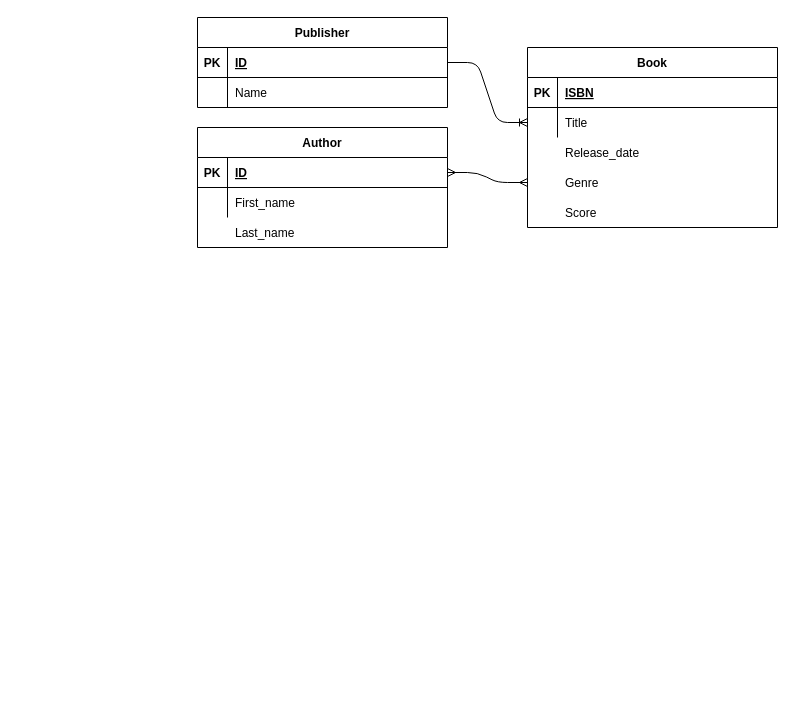
Earlier version of the draw.io diagram docs/ER.drawio (FilipSolich/IIS). Source tidied: cells renumbered, new cells numbered last; positions are measured from the earlier drawing's top-left corner, leaving out a move shared by most shapes. Both pictures are drawn from the tidied source at 100%, with x=0, y=0 at pixel (197, 17).
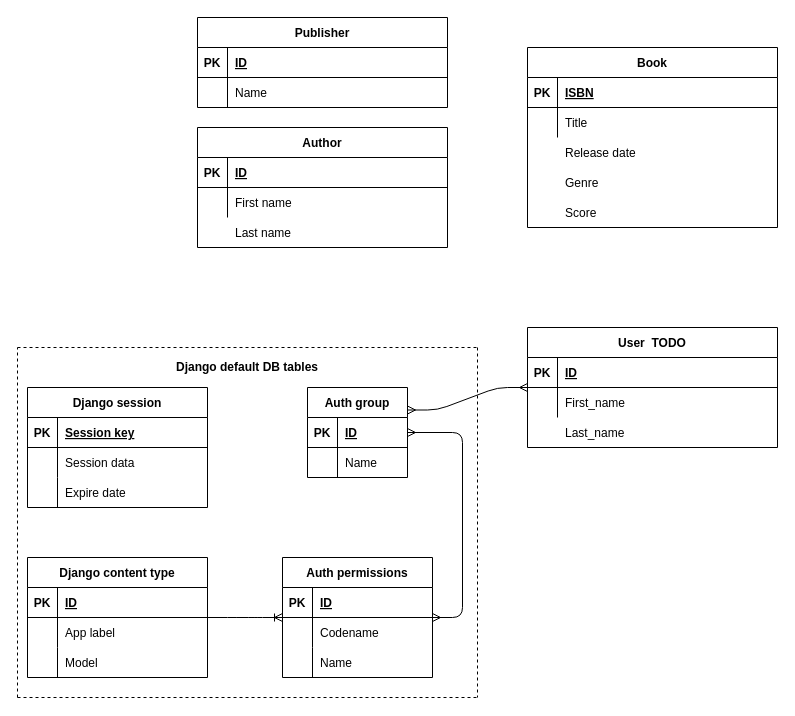
Above is the later version.

Commit message:
Add Django default tables into ER diagram

Unchanged cells that the change refers to:
```xml
<mxCell id="3" style="shape=partialRectangle;fillColor=none;points=[[0,0.5],[1,0.5]];portConstraint=eastwest;top=0;left=0;right=0;bottom=1;" parent="2" vertex="1">
  <mxGeometry y="30" width="250" height="30" as="geometry" />
</mxCell>
<mxCell id="9" style="group;" parent="1" vertex="1">
  <mxGeometry x="330" y="30" width="250" height="180" as="geometry" />
</mxCell>
<mxCell id="10" value="Book" style="shape=table;startSize=30;childLayout=tableLayout;rowLines=0;fontStyle=1;align=center;" parent="9" vertex="1">
  <mxGeometry width="250" height="180" as="geometry" />
</mxCell>
<mxCell id="14" style="shape=partialRectangle;fillColor=none;points=[[0,0.5],[1,0.5]];portConstraint=eastwest;top=0;left=0;right=0;bottom=0;" parent="10" vertex="1">
  <mxGeometry y="60" width="250" height="30" as="geometry" />
</mxCell>
<mxCell id="20" style="group;" parent="1" vertex="1">
  <mxGeometry y="110" width="250" height="120" as="geometry" />
</mxCell>
<mxCell id="22" style="shape=partialRectangle;fillColor=none;points=[[0,0.5],[1,0.5]];portConstraint=eastwest;top=0;left=0;right=0;bottom=1;" parent="21" vertex="1">
  <mxGeometry y="30" width="250" height="30" as="geometry" />
</mxCell>
<mxCell id="25" style="shape=partialRectangle;fillColor=none;top=0;left=0;right=0;bottom=0;" parent="21" vertex="1">
  <mxGeometry y="60" width="250" height="30" as="geometry" />
</mxCell>
```

What changed in the source:
```diff
@@
-    <mxCell id="17" value="Release_date" style="shape=partialRectangle;overflow=hidden;fillColor=none;top=0;left=0;bottom=0;right=0;align=left;spacingLeft=6;" parent="9" vertex="1">
+    <mxCell id="17" value="Release date" style="shape=partialRectangle;overflow=hidden;fillColor=none;top=0;left=0;bottom=0;right=0;align=left;spacingLeft=6;" parent="9" vertex="1">
       <mxGeometry x="30" y="90" width="220" height="30" as="geometry" />
     </mxCell>
@@
-    <mxCell id="27" value="First_name" style="shape=partialRectangle;overflow=hidden;fillColor=none;top=0;left=0;bottom=0;right=0;align=left;spacingLeft=6;" parent="25" vertex="1">
+    <mxCell id="27" value="First name" style="shape=partialRectangle;overflow=hidden;fillColor=none;top=0;left=0;bottom=0;right=0;align=left;spacingLeft=6;" parent="25" vertex="1">
       <mxGeometry x="30" width="220" height="30" as="geometry" />
     </mxCell>
-    <mxCell id="28" value="Last_name" style="shape=partialRectangle;overflow=hidden;fillColor=none;top=0;left=0;bottom=0;right=0;align=left;spacingLeft=6;" parent="20" vertex="1">
+    <mxCell id="28" value="Last name" style="shape=partialRectangle;overflow=hidden;fillColor=none;top=0;left=0;bottom=0;right=0;align=left;spacingLeft=6;" parent="20" vertex="1">
       <mxGeometry x="30" y="90" width="220" height="30" as="geometry" />
     </mxCell>
-    <mxCell id="29" style="edgeStyle=entityRelationEdgeStyle;fontSize=12;html=1;endArrow=ERmany;startArrow=ERmany;entryX=0;entryY=0.75;entryDx=0;entryDy=0;exitX=1;exitY=0.5;exitDx=0;exitDy=0;" parent="1" edge="1" source="22" target="10">
-      <mxGeometry relative="1" as="geometry" />
-    </mxCell>
-    <mxCell id="30" style="edgeStyle=entityRelationEdgeStyle;fontSize=12;html=1;endArrow=ERoneToMany;entryX=0;entryY=0.5;entryDx=0;entryDy=0;exitX=1;exitY=0.5;exitDx=0;exitDy=0;" parent="1" edge="1" source="3" target="14">
-      <mxGeometry relative="1" as="geometry" />
-    </mxCell>
+    <mxCell id="31" style="group;" parent="1" vertex="1">
+      <mxGeometry x="330" y="310" width="250" height="120" as="geometry" />
+    </mxCell>
+    <mxCell id="32" value="User  TODO" style="shape=table;startSize=30;childLayout=tableLayout;rowLines=0;fontStyle=1;align=center;" parent="31" vertex="1">
+      <mxGeometry width="250" height="120" as="geometry" />
+    </mxCell>
+    <mxCell id="33" style="shape=partialRectangle;fillColor=none;top=0;left=0;right=0;bottom=1;" parent="32" vertex="1">
+      <mxGeometry y="30" width="250" height="30" as="geometry" />
+    </mxCell>
+    <mxCell id="34" value="PK" style="shape=partialRectangle;overflow=hidden;fillColor=none;top=0;left=0;bottom=0;right=0;fontStyle=1;" parent="33" vertex="1">
+      <mxGeometry width="30" height="30" as="geometry" />
+    </mxCell>
+    <mxCell id="35" value="ID" style="shape=partialRectangle;overflow=hidden;fillColor=none;top=0;left=0;bottom=0;right=0;align=left;spacingLeft=6;fontStyle=5;" parent="33" vertex="1">
+      <mxGeometry x="30" width="220" height="30" as="geometry" />
+    </mxCell>
+    <mxCell id="36" style="shape=partialRectangle;fillColor=none;top=0;left=0;right=0;bottom=0;" parent="32" vertex="1">
+      <mxGeometry y="60" width="250" height="30" as="geometry" />
+    </mxCell>
+    <mxCell id="37" style="shape=partialRectangle;overflow=hidden;fillColor=none;top=0;left=0;bottom=0;right=0;" parent="36" vertex="1">
+      <mxGeometry width="30" height="30" as="geometry" />
+    </mxCell>
+    <mxCell id="38" value="First_name" style="shape=partialRectangle;overflow=hidden;fillColor=none;top=0;left=0;bottom=0;right=0;align=left;spacingLeft=6;" parent="36" vertex="1">
+      <mxGeometry x="30" width="220" height="30" as="geometry" />
+    </mxCell>
+    <mxCell id="39" value="Last_name" style="shape=partialRectangle;overflow=hidden;fillColor=none;top=0;left=0;bottom=0;right=0;align=left;spacingLeft=6;" parent="31" vertex="1">
+      <mxGeometry x="30" y="90" width="220" height="30" as="geometry" />
+    </mxCell>
+    <mxCell id="40" style="group;" parent="1" vertex="1">
+      <mxGeometry x="110" y="370" width="100" height="90" as="geometry" />
+    </mxCell>
+    <mxCell id="41" value="Auth group" style="shape=table;startSize=30;childLayout=tableLayout;rowLines=0;fontStyle=1;align=center;" parent="40" vertex="1">
+      <mxGeometry width="100" height="90" as="geometry" />
+    </mxCell>
+    <mxCell id="42" style="shape=partialRectangle;fillColor=none;top=0;left=0;right=0;bottom=1;" parent="41" vertex="1">
+      <mxGeometry y="30" width="100" height="30" as="geometry" />
+    </mxCell>
+    <mxCell id="43" value="PK" style="shape=partialRectangle;overflow=hidden;fillColor=none;top=0;left=0;bottom=0;right=0;fontStyle=1;" parent="42" vertex="1">
+      <mxGeometry width="30" height="30" as="geometry" />
+    </mxCell>
+    <mxCell id="44" value="ID" style="shape=partialRectangle;overflow=hidden;fillColor=none;top=0;left=0;bottom=0;right=0;align=left;spacingLeft=6;fontStyle=5;" parent="42" vertex="1">
+      <mxGeometry x="30" width="70" height="30" as="geometry" />
+    </mxCell>
+    <mxCell id="45" style="shape=partialRectangle;fillColor=none;top=0;left=0;right=0;bottom=0;" parent="41" vertex="1">
+      <mxGeometry y="60" width="100" height="30" as="geometry" />
+    </mxCell>
+    <mxCell id="46" style="shape=partialRectangle;overflow=hidden;fillColor=none;top=0;left=0;bottom=0;right=0;" parent="45" vertex="1">
+      <mxGeometry width="30" height="30" as="geometry" />
+    </mxCell>
+    <mxCell id="47" value="Name" style="shape=partialRectangle;overflow=hidden;fillColor=none;top=0;left=0;bottom=0;right=0;align=left;spacingLeft=6;" parent="45" vertex="1">
+      <mxGeometry x="30" width="70" height="30" as="geometry" />
+    </mxCell>
+    <mxCell id="48" value="Auth permissions" style="shape=table;startSize=30;childLayout=tableLayout;rowLines=0;fontStyle=1;align=center;" parent="1" vertex="1">
+      <mxGeometry x="85" y="540" width="150" height="120" as="geometry" />
+    </mxCell>
+    <mxCell id="49" style="shape=partialRectangle;fillColor=none;top=0;left=0;bottom=1;right=0;" parent="48" vertex="1">
+      <mxGeometry y="30" width="150" height="30" as="geometry" />
+    </mxCell>
+    <mxCell id="50" value="PK" style="shape=partialRectangle;fillColor=none;top=0;left=0;bottom=0;right=0;fontStyle=1;overflow=hidden;" parent="49" vertex="1">
+      <mxGeometry width="30" height="30" as="geometry" />
+    </mxCell>
+    <mxCell id="51" value="ID" style="shape=partialRectangle;fillColor=none;top=0;left=0;bottom=0;right=0;align=left;spacingLeft=6;fontStyle=5;overflow=hidden;" parent="49" vertex="1">
+      <mxGeometry x="30" width="120" height="30" as="geometry" />
+    </mxCell>
+    <mxCell id="52" style="shape=partialRectangle;fillColor=none;top=0;left=0;bottom=0;right=0;" parent="48" vertex="1">
+      <mxGeometry y="60" width="150" height="30" as="geometry" />
+    </mxCell>
+    <mxCell id="53" style="shape=partialRectangle;fillColor=none;top=0;left=0;bottom=0;right=0;overflow=hidden;" parent="52" vertex="1">
+      <mxGeometry width="30" height="30" as="geometry" />
+    </mxCell>
+    <mxCell id="54" value="Codename" style="shape=partialRectangle;fillColor=none;top=0;left=0;bottom=0;right=0;align=left;spacingLeft=6;overflow=hidden;" parent="52" vertex="1">
+      <mxGeometry x="30" width="120" height="30" as="geometry" />
+    </mxCell>
+    <mxCell id="55" style="shape=partialRectangle;fillColor=none;top=0;left=0;bottom=0;right=0;" parent="48" vertex="1">
+      <mxGeometry y="90" width="150" height="30" as="geometry" />
+    </mxCell>
+    <mxCell id="56" style="shape=partialRectangle;fillColor=none;top=0;left=0;bottom=0;right=0;overflow=hidden;" parent="55" vertex="1">
+      <mxGeometry width="30" height="30" as="geometry" />
+    </mxCell>
+    <mxCell id="57" value="Name" style="shape=partialRectangle;fillColor=none;top=0;left=0;bottom=0;right=0;align=left;spacingLeft=6;overflow=hidden;" parent="55" vertex="1">
+      <mxGeometry x="30" width="120" height="30" as="geometry" />
+    </mxCell>
+    <mxCell id="58" value="Django content type" style="shape=table;startSize=30;childLayout=tableLayout;rowLines=0;fontStyle=1;align=center;" parent="1" vertex="1">
+      <mxGeometry x="-170" y="540" width="180" height="120" as="geometry" />
+    </mxCell>
+    <mxCell id="59" style="shape=partialRectangle;fillColor=none;top=0;left=0;bottom=1;right=0;" parent="58" vertex="1">
+      <mxGeometry y="30" width="180" height="30" as="geometry" />
+    </mxCell>
+    <mxCell id="60" value="PK" style="shape=partialRectangle;fillColor=none;top=0;left=0;bottom=0;right=0;fontStyle=1;overflow=hidden;" parent="59" vertex="1">
+      <mxGeometry width="30" height="30" as="geometry" />
+    </mxCell>
+    <mxCell id="61" value="ID" style="shape=partialRectangle;fillColor=none;top=0;left=0;bottom=0;right=0;align=left;spacingLeft=6;fontStyle=5;overflow=hidden;" parent="59" vertex="1">
+      <mxGeometry x="30" width="150" height="30" as="geometry" />
+    </mxCell>
+    <mxCell id="62" style="shape=partialRectangle;fillColor=none;top=0;left=0;bottom=0;right=0;" parent="58" vertex="1">
+      <mxGeometry y="60" width="180" height="30" as="geometry" />
+    </mxCell>
+    <mxCell id="63" style="shape=partialRectangle;fillColor=none;top=0;left=0;bottom=0;right=0;overflow=hidden;" parent="62" vertex="1">
+      <mxGeometry width="30" height="30" as="geometry" />
+    </mxCell>
+    <mxCell id="64" value="App label" style="shape=partialRectangle;fillColor=none;top=0;left=0;bottom=0;right=0;align=left;spacingLeft=6;overflow=hidden;" parent="62" vertex="1">
+      <mxGeometry x="30" width="150" height="30" as="geometry" />
+    </mxCell>
+    <mxCell id="65" style="shape=partialRectangle;fillColor=none;top=0;left=0;bottom=0;right=0;" parent="58" vertex="1">
+      <mxGeometry y="90" width="180" height="30" as="geometry" />
+    </mxCell>
+    <mxCell id="66" style="shape=partialRectangle;fillColor=none;top=0;left=0;bottom=0;right=0;overflow=hidden;" parent="65" vertex="1">
+      <mxGeometry width="30" height="30" as="geometry" />
+    </mxCell>
+    <mxCell id="67" value="Model" style="shape=partialRectangle;fillColor=none;top=0;left=0;bottom=0;right=0;align=left;spacingLeft=6;overflow=hidden;" parent="65" vertex="1">
+      <mxGeometry x="30" width="150" height="30" as="geometry" />
+    </mxCell>
+    <mxCell id="68" value="Django session" style="shape=table;startSize=30;childLayout=tableLayout;rowLines=0;fontStyle=1;align=center;" parent="1" vertex="1">
+      <mxGeometry x="-170" y="370" width="180" height="120" as="geometry" />
+    </mxCell>
+    <mxCell id="69" style="shape=partialRectangle;fillColor=none;top=0;left=0;bottom=1;right=0;" parent="68" vertex="1">
+      <mxGeometry y="30" width="180" height="30" as="geometry" />
+    </mxCell>
+    <mxCell id="70" value="PK" style="shape=partialRectangle;fillColor=none;top=0;left=0;bottom=0;right=0;fontStyle=1;overflow=hidden;" parent="69" vertex="1">
+      <mxGeometry width="30" height="30" as="geometry" />
+    </mxCell>
+    <mxCell id="71" value="Session key" style="shape=partialRectangle;fillColor=none;top=0;left=0;bottom=0;right=0;align=left;spacingLeft=6;fontStyle=5;overflow=hidden;" parent="69" vertex="1">
+      <mxGeometry x="30" width="150" height="30" as="geometry" />
+    </mxCell>
+    <mxCell id="72" style="shape=partialRectangle;fillColor=none;top=0;left=0;bottom=0;right=0;" parent="68" vertex="1">
+      <mxGeometry y="60" width="180" height="30" as="geometry" />
+    </mxCell>
+    <mxCell id="73" style="shape=partialRectangle;fillColor=none;top=0;left=0;bottom=0;right=0;overflow=hidden;" parent="72" vertex="1">
+      <mxGeometry width="30" height="30" as="geometry" />
+    </mxCell>
+    <mxCell id="74" value="Session data" style="shape=partialRectangle;fillColor=none;top=0;left=0;bottom=0;right=0;align=left;spacingLeft=6;overflow=hidden;" parent="72" vertex="1">
+      <mxGeometry x="30" width="150" height="30" as="geometry" />
+    </mxCell>
+    <mxCell id="75" style="shape=partialRectangle;fillColor=none;top=0;left=0;bottom=0;right=0;" parent="68" vertex="1">
+      <mxGeometry y="90" width="180" height="30" as="geometry" />
+    </mxCell>
+    <mxCell id="76" style="shape=partialRectangle;fillColor=none;top=0;left=0;bottom=0;right=0;overflow=hidden;" parent="75" vertex="1">
+      <mxGeometry width="30" height="30" as="geometry" />
+    </mxCell>
+    <mxCell id="77" value="Expire date" style="shape=partialRectangle;fillColor=none;top=0;left=0;bottom=0;right=0;align=left;spacingLeft=6;overflow=hidden;" parent="75" vertex="1">
+      <mxGeometry x="30" width="150" height="30" as="geometry" />
+    </mxCell>
+    <mxCell id="78" style="edgeStyle=entityRelationEdgeStyle;fontSize=12;html=1;endArrow=ERmany;startArrow=ERmany;" parent="1" edge="1" source="48" target="41">
+      <mxGeometry relative="1" as="geometry" />
+    </mxCell>
+    <mxCell id="79" style="edgeStyle=entityRelationEdgeStyle;fontSize=12;html=1;endArrow=ERmany;startArrow=ERmany;exitX=1;exitY=0.25;exitDx=0;exitDy=0;" parent="1" edge="1" source="41" target="32">
+      <mxGeometry relative="1" as="geometry" />
+    </mxCell>
+    <mxCell id="80" style="edgeStyle=entityRelationEdgeStyle;fontSize=12;html=1;endArrow=ERoneToMany;" parent="1" edge="1" source="58" target="48">
+      <mxGeometry relative="1" as="geometry" />
+    </mxCell>
+    <mxCell id="81" style="group;" parent="1" vertex="1">
+      <mxGeometry x="-180" y="330" width="460" height="350" as="geometry" />
+    </mxCell>
+    <mxCell id="82" style="endArrow=none;dashed=1;html=1;" parent="81" edge="1">
+      <mxGeometry relative="1" as="geometry">
+        <mxPoint y="350" as="sourcePoint" />
+        <mxPoint x="460" y="350" as="targetPoint" />
+      </mxGeometry>
+    </mxCell>
+    <mxCell id="83" style="endArrow=none;dashed=1;html=1;" parent="81" edge="1">
+      <mxGeometry relative="1" as="geometry">
+        <mxPoint x="460" as="sourcePoint" />
+        <mxPoint x="460" y="350" as="targetPoint" />
+      </mxGeometry>
+    </mxCell>
+    <mxCell id="84" style="endArrow=none;dashed=1;html=1;" parent="81" edge="1">
+      <mxGeometry relative="1" as="geometry">
+        <mxPoint as="sourcePoint" />
+        <mxPoint x="460" as="targetPoint" />
+      </mxGeometry>
+    </mxCell>
+    <mxCell id="85" style="endArrow=none;dashed=1;html=1;" parent="81" edge="1">
+      <mxGeometry relative="1" as="geometry">
+        <mxPoint y="350" as="sourcePoint" />
+        <mxPoint as="targetPoint" />
+      </mxGeometry>
+    </mxCell>
+    <mxCell id="86" value="&lt;b&gt;Django default DB tables&lt;/b&gt;" style="text;html=1;strokeColor=none;fillColor=none;align=center;verticalAlign=middle;whiteSpace=wrap;rounded=0;" parent="81" vertex="1">
+      <mxGeometry x="145" y="10" width="170" height="20" as="geometry" />
+    </mxCell>
```
